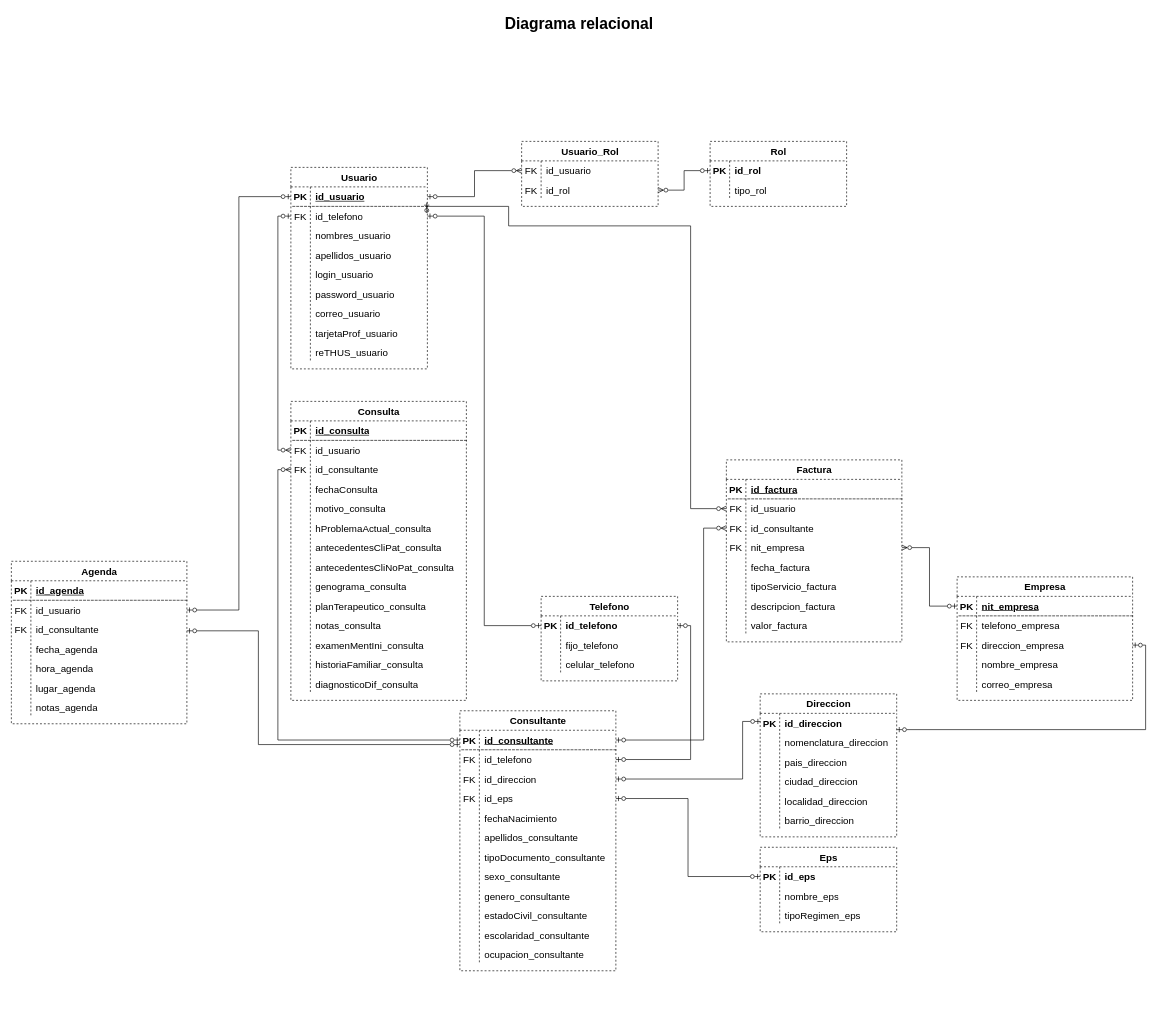
This is page "D. Relacional" (2 of 9) of Diagramas/Untitled Diagram.drawio from barloff2/Diagramas, a draw.io file, before an edit. Source tidied: cells renumbered, new cells numbered last; positions are measured from the earlier drawing's top-left corner, leaving out a move shared by most shapes. Both pictures are drawn from the tidied source at 65%, with x=0, y=0 at pixel (11, 11).
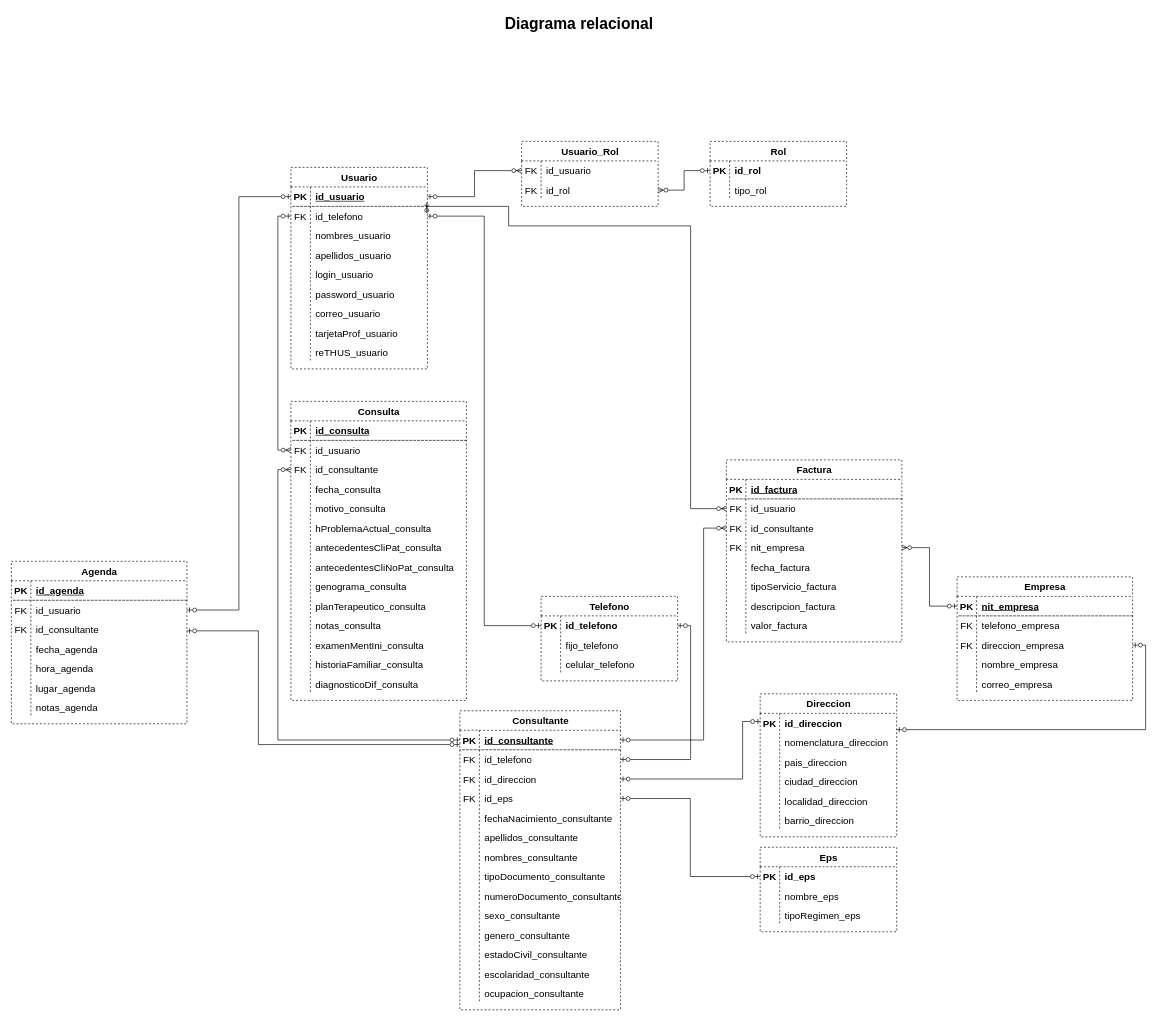
After the change.

Commit message (it also covers changes not shown here):
tabla Consultante

Unchanged cells that the change refers to:
```xml
<mxCell id="54" style="shape=tableRow;horizontal=0;startSize=0;swimlaneHead=0;swimlaneBody=0;fillColor=none;top=0;left=0;right=0;bottom=0;dashed=1;fontSize=15;html=1;" parent="44" vertex="1">
  <mxGeometry y="120" width="270" height="30" as="geometry" />
</mxCell>
```

Change to the diagram source:
```diff
@@
-    <mxCell id="56" value="fechaConsulta" style="shape=partialRectangle;fillColor=none;top=0;left=0;bottom=0;right=0;align=left;spacingLeft=6;overflow=hidden;dashed=1;fontSize=15;html=1;" parent="54" vertex="1">
+    <mxCell id="56" value="fecha_consulta" style="shape=partialRectangle;fillColor=none;top=0;left=0;bottom=0;right=0;align=left;spacingLeft=6;overflow=hidden;dashed=1;fontSize=15;html=1;" parent="54" vertex="1">
       <mxGeometry x="30" width="240" height="30" as="geometry" />
     </mxCell>
@@
-    <mxCell id="87" value="Consultante" style="shape=table;startSize=30;childLayout=tableLayout;rowLines=0;fontStyle=1;align=center;dashed=1;fontSize=15;html=1;" parent="1" vertex="1">
-      <mxGeometry x="690" y="1076" width="240" height="400" as="geometry" />
+    <mxCell id="87" value="Consultante" style="shape=table;startSize=30;childLayout=tableLayout;rowLines=0;fontStyle=1;align=center;dashed=1;fontSize=15;html=1;verticalAlign=top;" parent="1" vertex="1">
+      <mxGeometry x="690" y="1076" width="247" height="460" as="geometry" />
     </mxCell>
     <mxCell id="88" style="shape=tableRow;horizontal=0;startSize=0;swimlaneHead=0;swimlaneBody=0;fillColor=none;points=[[0,0.5],[1,0.5]];portConstraint=eastwest;top=0;left=0;right=0;bottom=1;dashed=1;fontSize=15;html=1;" parent="87" vertex="1">
-      <mxGeometry y="30" width="240" height="30" as="geometry" />
+      <mxGeometry y="30" width="247" height="30" as="geometry" />
     </mxCell>
@@
     <mxCell id="90" value="id_consultante" style="shape=partialRectangle;fillColor=none;top=0;left=0;bottom=0;right=0;align=left;spacingLeft=6;fontStyle=5;overflow=hidden;dashed=1;fontSize=15;html=1;" parent="88" vertex="1">
-      <mxGeometry x="30" width="210" height="30" as="geometry" />
+      <mxGeometry x="30" width="217" height="30" as="geometry" />
     </mxCell>
     <mxCell id="91" style="shape=tableRow;horizontal=0;startSize=0;swimlaneHead=0;swimlaneBody=0;fillColor=none;points=[[0,0.5],[1,0.5]];portConstraint=eastwest;top=0;left=0;right=0;bottom=0;dashed=1;fontSize=15;html=1;" parent="87" vertex="1">
-      <mxGeometry y="60" width="240" height="30" as="geometry" />
+      <mxGeometry y="60" width="247" height="30" as="geometry" />
     </mxCell>
@@
     <mxCell id="93" value="id_telefono" style="shape=partialRectangle;fillColor=none;top=0;left=0;bottom=0;right=0;align=left;spacingLeft=6;overflow=hidden;dashed=1;fontSize=15;html=1;" parent="91" vertex="1">
-      <mxGeometry x="30" width="210" height="30" as="geometry" />
+      <mxGeometry x="30" width="217" height="30" as="geometry" />
     </mxCell>
     <mxCell id="94" style="shape=tableRow;horizontal=0;startSize=0;swimlaneHead=0;swimlaneBody=0;fillColor=none;points=[[0,0.5],[1,0.5]];portConstraint=eastwest;top=0;left=0;right=0;bottom=0;dashed=1;fontSize=15;html=1;" parent="87" vertex="1">
-      <mxGeometry y="90" width="240" height="30" as="geometry" />
+      <mxGeometry y="90" width="247" height="30" as="geometry" />
     </mxCell>
@@
     <mxCell id="96" value="id_direccion" style="shape=partialRectangle;fillColor=none;top=0;left=0;bottom=0;right=0;align=left;spacingLeft=6;overflow=hidden;dashed=1;fontSize=15;html=1;" parent="94" vertex="1">
-      <mxGeometry x="30" width="210" height="30" as="geometry" />
+      <mxGeometry x="30" width="217" height="30" as="geometry" />
     </mxCell>
     <mxCell id="97" style="shape=tableRow;horizontal=0;startSize=0;swimlaneHead=0;swimlaneBody=0;fillColor=none;points=[[0,0.5],[1,0.5]];portConstraint=eastwest;top=0;left=0;right=0;bottom=0;dashed=1;fontSize=15;html=1;" parent="87" vertex="1">
-      <mxGeometry y="120" width="240" height="30" as="geometry" />
+      <mxGeometry y="120" width="247" height="30" as="geometry" />
     </mxCell>
@@
     <mxCell id="99" value="id_eps" style="shape=partialRectangle;fillColor=none;top=0;left=0;bottom=0;right=0;align=left;spacingLeft=6;overflow=hidden;dashed=1;fontSize=15;html=1;" parent="97" vertex="1">
-      <mxGeometry x="30" width="210" height="30" as="geometry" />
+      <mxGeometry x="30" width="217" height="30" as="geometry" />
     </mxCell>
     <mxCell id="100" style="shape=tableRow;horizontal=0;startSize=0;swimlaneHead=0;swimlaneBody=0;fillColor=none;top=0;left=0;right=0;bottom=0;dashed=1;fontSize=15;html=1;" parent="87" vertex="1">
-      <mxGeometry y="150" width="240" height="30" as="geometry" />
+      <mxGeometry y="150" width="247" height="30" as="geometry" />
     </mxCell>
@@
-    <mxCell id="102" value="fechaNacimiento" style="shape=partialRectangle;fillColor=none;top=0;left=0;bottom=0;right=0;align=left;spacingLeft=6;overflow=hidden;dashed=1;fontSize=15;html=1;" parent="100" vertex="1">
-      <mxGeometry x="30" width="210" height="30" as="geometry" />
+    <mxCell id="102" value="fechaNacimiento_consultante" style="shape=partialRectangle;fillColor=none;top=0;left=0;bottom=0;right=0;align=left;spacingLeft=6;overflow=hidden;dashed=1;fontSize=15;html=1;" parent="100" vertex="1">
+      <mxGeometry x="30" width="217" height="30" as="geometry" />
     </mxCell>
     <mxCell id="103" style="shape=tableRow;horizontal=0;startSize=0;swimlaneHead=0;swimlaneBody=0;fillColor=none;top=0;left=0;right=0;bottom=0;dashed=1;fontSize=15;html=1;" parent="87" vertex="1">
-      <mxGeometry y="180" width="240" height="30" as="geometry" />
+      <mxGeometry y="180" width="247" height="30" as="geometry" />
     </mxCell>
@@
     <mxCell id="105" value="apellidos_consultante" style="shape=partialRectangle;fillColor=none;top=0;left=0;bottom=0;right=0;align=left;spacingLeft=6;overflow=hidden;dashed=1;fontSize=15;html=1;" parent="103" vertex="1">
-      <mxGeometry x="30" width="210" height="30" as="geometry" />
+      <mxGeometry x="30" width="217" height="30" as="geometry" />
     </mxCell>
+    <mxCell id="241" style="shape=tableRow;horizontal=0;startSize=0;swimlaneHead=0;swimlaneBody=0;fillColor=none;top=0;left=0;right=0;bottom=0;dashed=1;fontSize=15;html=1;" parent="87" vertex="1">
+      <mxGeometry y="210" width="247" height="30" as="geometry" />
+    </mxCell>
+    <mxCell id="242" style="shape=partialRectangle;fillColor=none;top=0;left=0;bottom=0;right=0;overflow=hidden;dashed=1;fontSize=15;html=1;" parent="241" vertex="1">
+      <mxGeometry width="30" height="30" as="geometry" />
+    </mxCell>
+    <mxCell id="243" value="nombres_consultante" style="shape=partialRectangle;fillColor=none;top=0;left=0;bottom=0;right=0;align=left;spacingLeft=6;overflow=hidden;dashed=1;fontSize=15;html=1;" parent="241" vertex="1">
+      <mxGeometry x="30" width="217" height="30" as="geometry" />
+    </mxCell>
     <mxCell id="106" style="shape=tableRow;horizontal=0;startSize=0;swimlaneHead=0;swimlaneBody=0;fillColor=none;top=0;left=0;right=0;bottom=0;dashed=1;fontSize=15;html=1;" parent="87" vertex="1">
-      <mxGeometry y="210" width="240" height="30" as="geometry" />
+      <mxGeometry y="240" width="247" height="30" as="geometry" />
     </mxCell>
@@
     <mxCell id="108" value="tipoDocumento_consultante" style="shape=partialRectangle;fillColor=none;top=0;left=0;bottom=0;right=0;align=left;spacingLeft=6;overflow=hidden;dashed=1;fontSize=15;html=1;" parent="106" vertex="1">
-      <mxGeometry x="30" width="210" height="30" as="geometry" />
+      <mxGeometry x="30" width="217" height="30" as="geometry" />
     </mxCell>
+    <mxCell id="244" style="shape=tableRow;horizontal=0;startSize=0;swimlaneHead=0;swimlaneBody=0;fillColor=none;top=0;left=0;right=0;bottom=0;dashed=1;fontSize=15;html=1;" parent="87" vertex="1">
+      <mxGeometry y="270" width="247" height="30" as="geometry" />
+    </mxCell>
+    <mxCell id="245" style="shape=partialRectangle;fillColor=none;top=0;left=0;bottom=0;right=0;overflow=hidden;dashed=1;fontSize=15;html=1;" parent="244" vertex="1">
+      <mxGeometry width="30" height="30" as="geometry" />
+    </mxCell>
+    <mxCell id="246" value="numeroDocumento_consultante" style="shape=partialRectangle;fillColor=none;top=0;left=0;bottom=0;right=0;align=left;spacingLeft=6;overflow=hidden;dashed=1;fontSize=15;html=1;" parent="244" vertex="1">
+      <mxGeometry x="30" width="217" height="30" as="geometry" />
+    </mxCell>
     <mxCell id="109" style="shape=tableRow;horizontal=0;startSize=0;swimlaneHead=0;swimlaneBody=0;fillColor=none;top=0;left=0;right=0;bottom=0;dashed=1;fontSize=15;html=1;" parent="87" vertex="1">
-      <mxGeometry y="240" width="240" height="30" as="geometry" />
+      <mxGeometry y="300" width="247" height="30" as="geometry" />
     </mxCell>
@@
     <mxCell id="111" value="sexo_consultante" style="shape=partialRectangle;fillColor=none;top=0;left=0;bottom=0;right=0;align=left;spacingLeft=6;overflow=hidden;dashed=1;fontSize=15;html=1;" parent="109" vertex="1">
-      <mxGeometry x="30" width="210" height="30" as="geometry" />
+      <mxGeometry x="30" width="217" height="30" as="geometry" />
     </mxCell>
     <mxCell id="112" style="shape=tableRow;horizontal=0;startSize=0;swimlaneHead=0;swimlaneBody=0;fillColor=none;top=0;left=0;right=0;bottom=0;dashed=1;fontSize=15;html=1;" parent="87" vertex="1">
-      <mxGeometry y="270" width="240" height="30" as="geometry" />
+      <mxGeometry y="330" width="247" height="30" as="geometry" />
     </mxCell>
@@
     <mxCell id="114" value="genero_consultante" style="shape=partialRectangle;fillColor=none;top=0;left=0;bottom=0;right=0;align=left;spacingLeft=6;overflow=hidden;dashed=1;fontSize=15;html=1;" parent="112" vertex="1">
-      <mxGeometry x="30" width="210" height="30" as="geometry" />
+      <mxGeometry x="30" width="217" height="30" as="geometry" />
     </mxCell>
     <mxCell id="115" style="shape=tableRow;horizontal=0;startSize=0;swimlaneHead=0;swimlaneBody=0;fillColor=none;top=0;left=0;right=0;bottom=0;dashed=1;fontSize=15;html=1;" parent="87" vertex="1">
-      <mxGeometry y="300" width="240" height="30" as="geometry" />
+      <mxGeometry y="360" width="247" height="30" as="geometry" />
     </mxCell>
@@
     <mxCell id="117" value="estadoCivil_consultante" style="shape=partialRectangle;fillColor=none;top=0;left=0;bottom=0;right=0;align=left;spacingLeft=6;overflow=hidden;dashed=1;fontSize=15;html=1;" parent="115" vertex="1">
-      <mxGeometry x="30" width="210" height="30" as="geometry" />
+      <mxGeometry x="30" width="217" height="30" as="geometry" />
     </mxCell>
     <mxCell id="118" style="shape=tableRow;horizontal=0;startSize=0;swimlaneHead=0;swimlaneBody=0;fillColor=none;top=0;left=0;right=0;bottom=0;dashed=1;fontSize=15;html=1;" parent="87" vertex="1">
-      <mxGeometry y="330" width="240" height="30" as="geometry" />
+      <mxGeometry y="390" width="247" height="30" as="geometry" />
     </mxCell>
@@
     <mxCell id="120" value="escolaridad_consultante" style="shape=partialRectangle;fillColor=none;top=0;left=0;bottom=0;right=0;align=left;spacingLeft=6;overflow=hidden;dashed=1;fontSize=15;html=1;" parent="118" vertex="1">
-      <mxGeometry x="30" width="210" height="30" as="geometry" />
+      <mxGeometry x="30" width="217" height="30" as="geometry" />
     </mxCell>
     <mxCell id="121" style="shape=tableRow;horizontal=0;startSize=0;swimlaneHead=0;swimlaneBody=0;fillColor=none;top=0;left=0;right=0;bottom=0;dashed=1;fontSize=15;html=1;" parent="87" vertex="1">
-      <mxGeometry y="360" width="240" height="30" as="geometry" />
+      <mxGeometry y="420" width="247" height="30" as="geometry" />
     </mxCell>
@@
     <mxCell id="123" value="ocupacion_consultante" style="shape=partialRectangle;fillColor=none;top=0;left=0;bottom=0;right=0;align=left;spacingLeft=6;overflow=hidden;dashed=1;fontSize=15;html=1;" parent="121" vertex="1">
-      <mxGeometry x="30" width="210" height="30" as="geometry" />
+      <mxGeometry x="30" width="217" height="30" as="geometry" />
     </mxCell>
```
